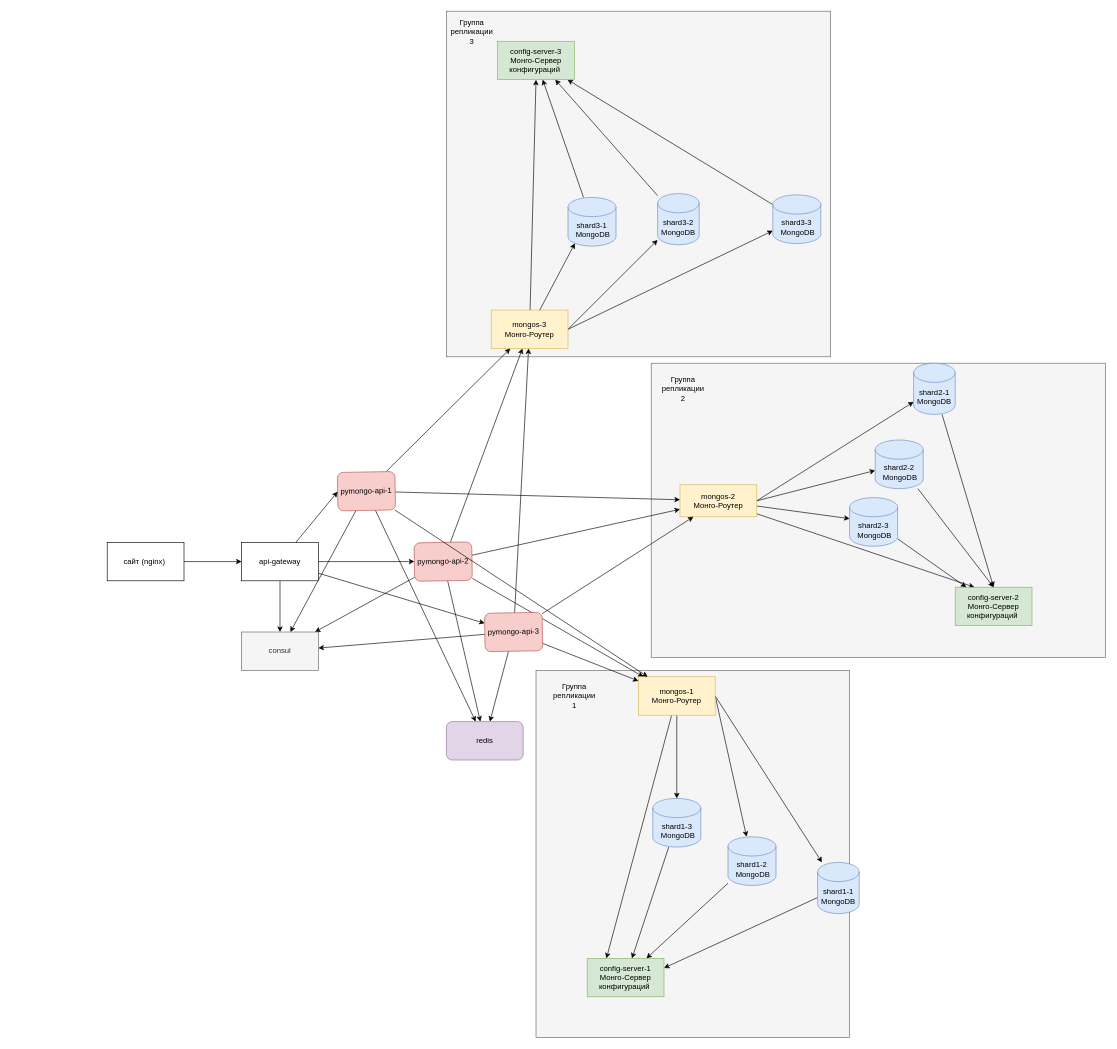
The draw.io diagram diagramms/5 geocdn.drawio in theotheo/yandex-software-architecture-sprint-2, before the edit. Source tidied: cells renumbered, new cells numbered last; positions are measured from the earlier drawing's top-left corner, leaving out a move shared by most shapes. Both pictures are drawn from the tidied source at 64%, with x=0, y=0 at pixel (107, 11).
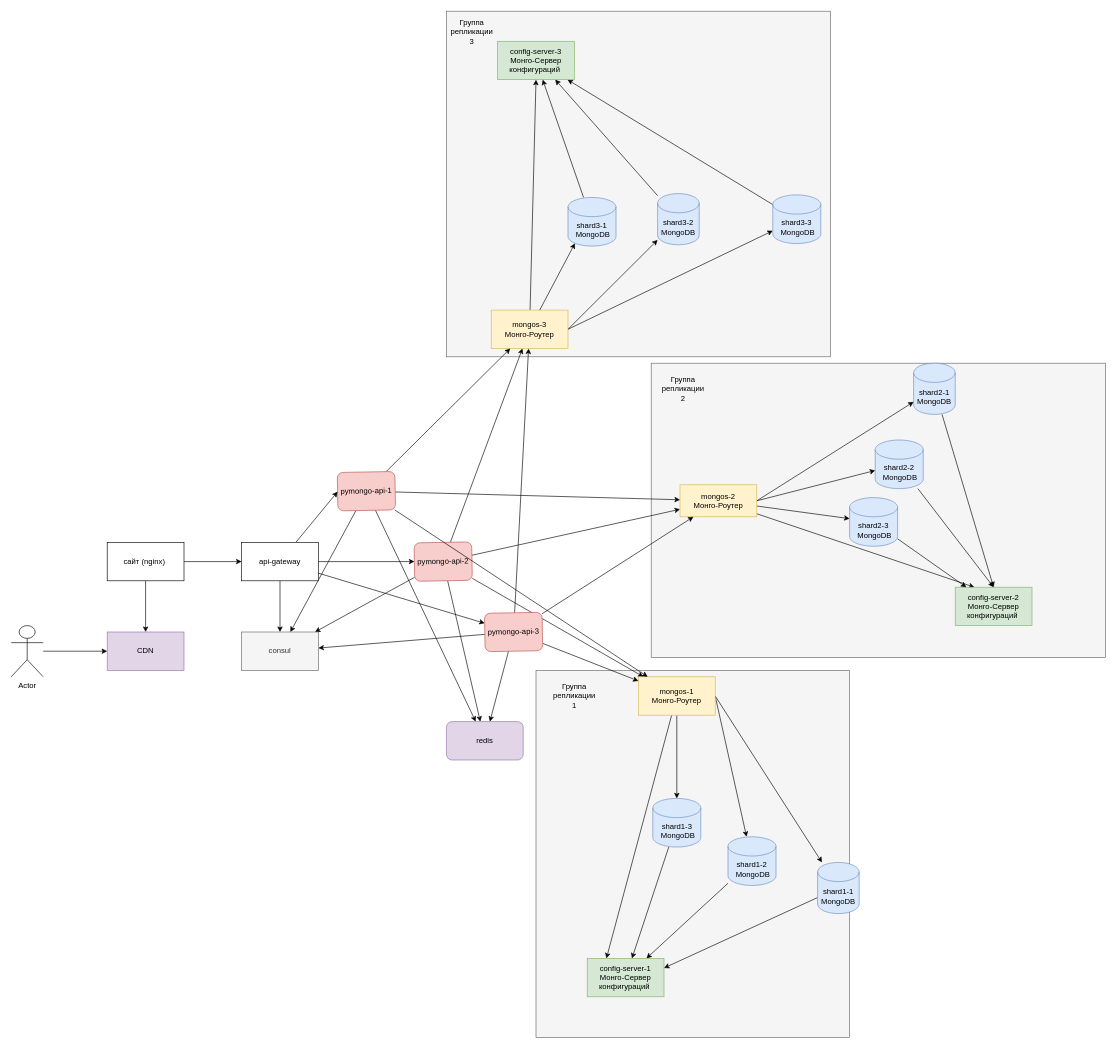
The same diagram, later.

The change refers to these unchanged cells:
```xml
<mxCell id="68" value="сайт (nginx)&amp;nbsp;" style="whiteSpace=wrap;html=1;" parent="1" vertex="1">
  <mxGeometry y="830" width="120" height="60" as="geometry" />
</mxCell>
```

What changed in the source:
```diff
@@
+    <mxCell id="72" style="edgeStyle=none;html=1;" parent="1" edge="1" source="68" target="73">
+      <mxGeometry relative="1" as="geometry" />
+    </mxCell>
@@
+    <mxCell id="73" value="CDN" style="rounded=0;whiteSpace=wrap;html=1;fillColor=#e1d5e7;strokeColor=#9673a6;" parent="1" vertex="1">
+      <mxGeometry y="970" width="120" height="60" as="geometry" />
+    </mxCell>
+    <mxCell id="74" style="edgeStyle=none;html=1;" parent="1" edge="1" source="75" target="73">
+      <mxGeometry relative="1" as="geometry" />
+    </mxCell>
+    <mxCell id="75" value="Actor" style="shape=umlActor;verticalLabelPosition=bottom;verticalAlign=top;html=1;outlineConnect=0;" parent="1" vertex="1">
+      <mxGeometry x="-150" y="960" width="50" height="80" as="geometry" />
+    </mxCell>
```
